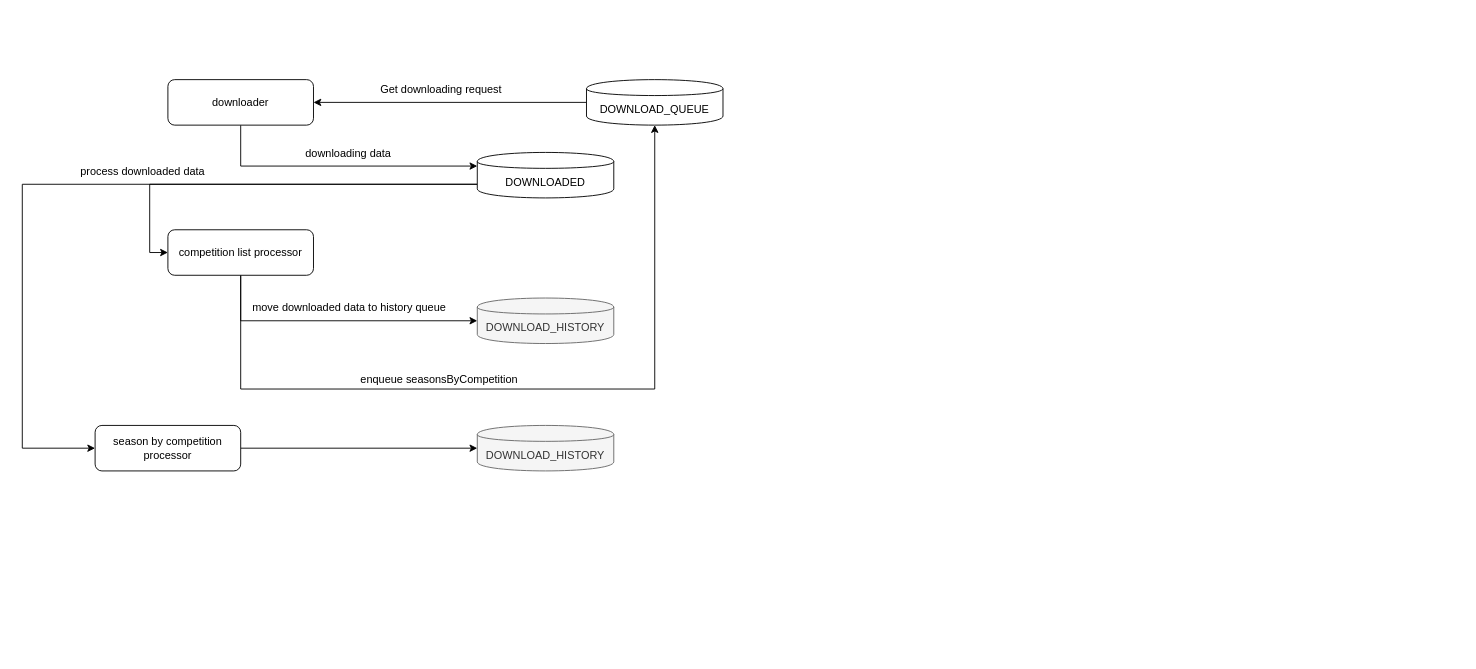
wosary1984/draw.io keeps this draw.io diagram as S1 Data Downloading.drawio. Above is the earlier version. Source tidied: cells renumbered, new cells numbered last; positions are measured from the earlier drawing's top-left corner, leaving out a move shared by most shapes. Both pictures are drawn from the tidied source at 91%, with x=0, y=0 at pixel (22, 79).
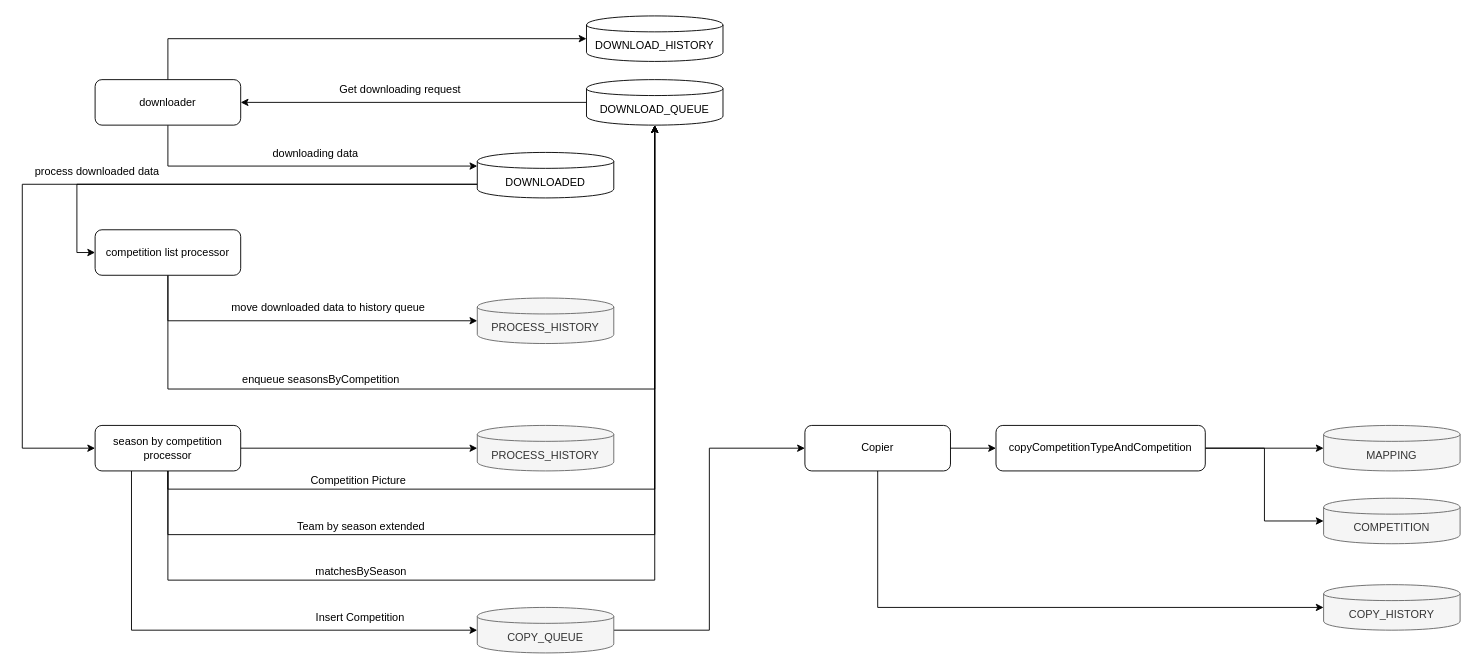
Above is the later version.

Unchanged cells that the change refers to:
```xml
<mxCell id="7" value="DOWNLOAD_QUEUE" style="shape=cylinder;whiteSpace=wrap;html=1;boundedLbl=1;backgroundOutline=1;" parent="1" vertex="1">
  <mxGeometry x="620" width="150" height="50" as="geometry" />
</mxCell>
<mxCell id="12" style="edgeStyle=orthogonalEdgeStyle;rounded=0;jettySize=auto;html=1;exitX=0.5;exitY=1;exitDx=0;exitDy=0;entryX=0;entryY=0.5;entryDx=0;entryDy=0;" parent="1" edge="1" source="15" target="16">
  <mxGeometry relative="1" as="geometry" />
</mxCell>
<mxCell id="19" value="season by competition processor" style="rounded=1;whiteSpace=wrap;html=1;" parent="1" vertex="1">
  <mxGeometry x="80" y="380" width="160" height="50" as="geometry" />
</mxCell>
```

What changed in the source:
```diff
@@
+    <mxCell id="21" style="edgeStyle=orthogonalEdgeStyle;rounded=0;jettySize=auto;html=1;exitX=0.5;exitY=0;exitDx=0;exitDy=0;entryX=0;entryY=0.5;entryDx=0;entryDy=0;" parent="1" edge="1" source="4" target="41">
+      <mxGeometry relative="1" as="geometry" />
+    </mxCell>
     <mxCell id="4" value="downloader" style="rounded=1;whiteSpace=wrap;html=1;" parent="1" vertex="1">
-      <mxGeometry x="160" width="160" height="50" as="geometry" />
+      <mxGeometry x="80" width="160" height="50" as="geometry" />
     </mxCell>
@@
     <mxCell id="13" value="move downloaded data to history queue" style="text;html=1;align=center;verticalAlign=middle;labelBackgroundColor=#ffffff;" parent="12" vertex="1">
       <mxGeometry x="0.01" y="-3" relative="1" as="geometry">
-        <mxPoint x="11" y="-18" as="offset" />
+        <mxPoint x="28" y="-18" as="offset" />
       </mxGeometry>
     </mxCell>
     <mxCell id="14" style="edgeStyle=orthogonalEdgeStyle;rounded=0;jettySize=auto;html=1;exitX=0.5;exitY=1;exitDx=0;exitDy=0;" parent="1" edge="1" source="15" target="7">
       <mxGeometry relative="1" as="geometry">
         <Array as="points">
-          <mxPoint x="240" y="340" />
+          <mxPoint x="160" y="340" />
           <mxPoint x="695" y="340" />
         </Array>
       </mxGeometry>
     </mxCell>
     <mxCell id="15" value="competition list processor" style="rounded=1;whiteSpace=wrap;html=1;" parent="1" vertex="1">
-      <mxGeometry x="160" y="165" width="160" height="50" as="geometry" />
+      <mxGeometry x="80" y="165" width="160" height="50" as="geometry" />
     </mxCell>
-    <mxCell id="16" value="DOWNLOAD_HISTORY" style="shape=cylinder;whiteSpace=wrap;html=1;boundedLbl=1;backgroundOutline=1;fillColor=#f5f5f5;strokeColor=#666666;fontColor=#333333;" parent="1" vertex="1">
+    <mxCell id="16" value="PROCESS_HISTORY" style="shape=cylinder;whiteSpace=wrap;html=1;boundedLbl=1;backgroundOutline=1;fillColor=#f5f5f5;strokeColor=#666666;fontColor=#333333;" parent="1" vertex="1">
       <mxGeometry x="500" y="240" width="150" height="50" as="geometry" />
     </mxCell>
     <mxCell id="17" value="enqueue&amp;nbsp;seasonsByCompetition&amp;nbsp;" style="text;html=1;align=left;verticalAlign=top;spacingTop=-4;" parent="1" vertex="1">
-      <mxGeometry x="370" y="320" width="190" height="20" as="geometry" />
+      <mxGeometry x="240" y="320" width="190" height="20" as="geometry" />
     </mxCell>
@@
+    <mxCell id="22" style="edgeStyle=orthogonalEdgeStyle;rounded=0;jettySize=auto;html=1;exitX=0.5;exitY=1;exitDx=0;exitDy=0;entryX=0.5;entryY=1;entryDx=0;entryDy=0;" parent="1" edge="1" source="19" target="7">
+      <mxGeometry relative="1" as="geometry" />
+    </mxCell>
+    <mxCell id="23" value="Competition Picture" style="text;html=1;align=center;verticalAlign=middle;labelBackgroundColor=#ffffff;" parent="22" vertex="1">
+      <mxGeometry x="-0.55" y="-2" relative="1" as="geometry">
+        <mxPoint x="13" y="-12" as="offset" />
+      </mxGeometry>
+    </mxCell>
+    <mxCell id="24" style="edgeStyle=orthogonalEdgeStyle;rounded=0;jettySize=auto;html=1;exitX=0.5;exitY=1;exitDx=0;exitDy=0;entryX=0.5;entryY=1;entryDx=0;entryDy=0;" parent="1" edge="1" source="19" target="7">
+      <mxGeometry relative="1" as="geometry">
+        <Array as="points">
+          <mxPoint x="160" y="500" />
+          <mxPoint x="695" y="500" />
+        </Array>
+      </mxGeometry>
+    </mxCell>
+    <mxCell id="25" value="Team by season extended" style="text;html=1;align=center;verticalAlign=middle;labelBackgroundColor=#ffffff;" parent="24" vertex="1">
+      <mxGeometry x="-0.58" relative="1" as="geometry">
+        <mxPoint x="59" y="-10" as="offset" />
+      </mxGeometry>
+    </mxCell>
+    <mxCell id="26" style="edgeStyle=orthogonalEdgeStyle;rounded=0;jettySize=auto;html=1;exitX=0.5;exitY=1;exitDx=0;exitDy=0;entryX=0.5;entryY=1;entryDx=0;entryDy=0;" parent="1" edge="1" source="19" target="7">
+      <mxGeometry relative="1" as="geometry">
+        <Array as="points">
+          <mxPoint x="160" y="550" />
+          <mxPoint x="695" y="550" />
+        </Array>
+      </mxGeometry>
+    </mxCell>
+    <mxCell id="27" value="matchesBySeason" style="text;html=1;align=center;verticalAlign=middle;labelBackgroundColor=#ffffff;" parent="26" vertex="1">
+      <mxGeometry x="-0.39" y="4" relative="1" as="geometry">
+        <mxPoint x="-21" y="-6" as="offset" />
+      </mxGeometry>
+    </mxCell>
+    <mxCell id="28" style="edgeStyle=orthogonalEdgeStyle;rounded=0;jettySize=auto;html=1;exitX=0.25;exitY=1;exitDx=0;exitDy=0;entryX=0;entryY=0.5;entryDx=0;entryDy=0;" parent="1" edge="1" source="19" target="31">
+      <mxGeometry relative="1" as="geometry" />
+    </mxCell>
+    <mxCell id="29" value="Insert Competition" style="text;html=1;align=center;verticalAlign=middle;labelBackgroundColor=#ffffff;" parent="28" vertex="1">
+      <mxGeometry x="0.24" y="1" relative="1" as="geometry">
+        <mxPoint x="81" y="-14" as="offset" />
+      </mxGeometry>
+    </mxCell>
@@
-    <mxCell id="20" value="DOWNLOAD_HISTORY" style="shape=cylinder;whiteSpace=wrap;html=1;boundedLbl=1;backgroundOutline=1;fillColor=#f5f5f5;strokeColor=#666666;fontColor=#333333;" parent="1" vertex="1">
+    <mxCell id="20" value="PROCESS_HISTORY" style="shape=cylinder;whiteSpace=wrap;html=1;boundedLbl=1;backgroundOutline=1;fillColor=#f5f5f5;strokeColor=#666666;fontColor=#333333;" parent="1" vertex="1">
       <mxGeometry x="500" y="380" width="150" height="50" as="geometry" />
     </mxCell>
+    <mxCell id="30" style="edgeStyle=orthogonalEdgeStyle;rounded=0;jettySize=auto;html=1;exitX=1;exitY=0.5;exitDx=0;exitDy=0;entryX=0;entryY=0.5;entryDx=0;entryDy=0;" parent="1" edge="1" source="31" target="34">
+      <mxGeometry relative="1" as="geometry" />
+    </mxCell>
+    <mxCell id="31" value="COPY_QUEUE" style="shape=cylinder;whiteSpace=wrap;html=1;boundedLbl=1;backgroundOutline=1;fillColor=#f5f5f5;strokeColor=#666666;fontColor=#333333;" parent="1" vertex="1">
+      <mxGeometry x="500" y="580" width="150" height="50" as="geometry" />
+    </mxCell>
+    <mxCell id="32" style="edgeStyle=orthogonalEdgeStyle;rounded=0;jettySize=auto;html=1;exitX=1;exitY=0.5;exitDx=0;exitDy=0;entryX=0;entryY=0.5;entryDx=0;entryDy=0;" parent="1" edge="1" source="38" target="35">
+      <mxGeometry relative="1" as="geometry" />
+    </mxCell>
+    <mxCell id="33" style="edgeStyle=orthogonalEdgeStyle;rounded=0;jettySize=auto;html=1;exitX=0.5;exitY=1;exitDx=0;exitDy=0;entryX=0;entryY=0.5;entryDx=0;entryDy=0;" parent="1" edge="1" source="34" target="40">
+      <mxGeometry relative="1" as="geometry" />
+    </mxCell>
+    <mxCell id="34" value="Copier" style="rounded=1;whiteSpace=wrap;html=1;" parent="1" vertex="1">
+      <mxGeometry x="860" y="380" width="160" height="50" as="geometry" />
+    </mxCell>
+    <mxCell id="35" value="MAPPING" style="shape=cylinder;whiteSpace=wrap;html=1;boundedLbl=1;backgroundOutline=1;fillColor=#f5f5f5;strokeColor=#666666;fontColor=#333333;" parent="1" vertex="1">
+      <mxGeometry x="1430" y="380" width="150" height="50" as="geometry" />
+    </mxCell>
+    <mxCell id="36" value="COMPETITION" style="shape=cylinder;whiteSpace=wrap;html=1;boundedLbl=1;backgroundOutline=1;fillColor=#f5f5f5;strokeColor=#666666;fontColor=#333333;" parent="1" vertex="1">
+      <mxGeometry x="1430" y="460" width="150" height="50" as="geometry" />
+    </mxCell>
+    <mxCell id="37" style="edgeStyle=orthogonalEdgeStyle;rounded=0;jettySize=auto;html=1;exitX=1;exitY=0.5;exitDx=0;exitDy=0;entryX=0;entryY=0.5;entryDx=0;entryDy=0;" parent="1" edge="1" source="38" target="36">
+      <mxGeometry relative="1" as="geometry" />
+    </mxCell>
+    <mxCell id="38" value="copyCompetitionTypeAndCompetition" style="rounded=1;whiteSpace=wrap;html=1;" parent="1" vertex="1">
+      <mxGeometry x="1070" y="380" width="230" height="50" as="geometry" />
+    </mxCell>
+    <mxCell id="39" style="edgeStyle=orthogonalEdgeStyle;rounded=0;jettySize=auto;html=1;exitX=1;exitY=0.5;exitDx=0;exitDy=0;entryX=0;entryY=0.5;entryDx=0;entryDy=0;" parent="1" edge="1" source="34" target="38">
+      <mxGeometry relative="1" as="geometry" />
+    </mxCell>
+    <mxCell id="40" value="COPY_HISTORY" style="shape=cylinder;whiteSpace=wrap;html=1;boundedLbl=1;backgroundOutline=1;fillColor=#f5f5f5;strokeColor=#666666;fontColor=#333333;" parent="1" vertex="1">
+      <mxGeometry x="1430" y="555" width="150" height="50" as="geometry" />
+    </mxCell>
+    <mxCell id="41" value="DOWNLOAD_HISTORY&lt;br&gt;" style="shape=cylinder;whiteSpace=wrap;html=1;boundedLbl=1;backgroundOutline=1;" parent="1" vertex="1">
+      <mxGeometry x="620" y="-70" width="150" height="50" as="geometry" />
+    </mxCell>
```
